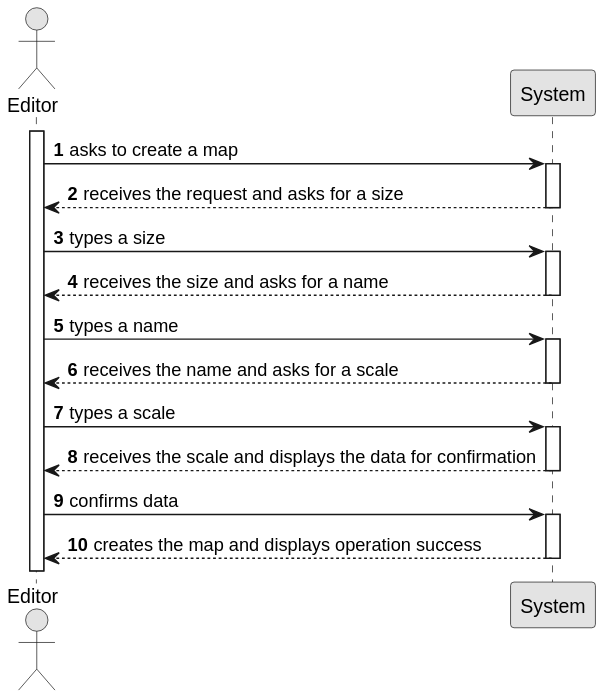
The PlantUML diagram Sprint3/US001/01.requirements-engineering/svg/US001-SSD.svg in 1240935/pi2-railway-simulator, before a commit.
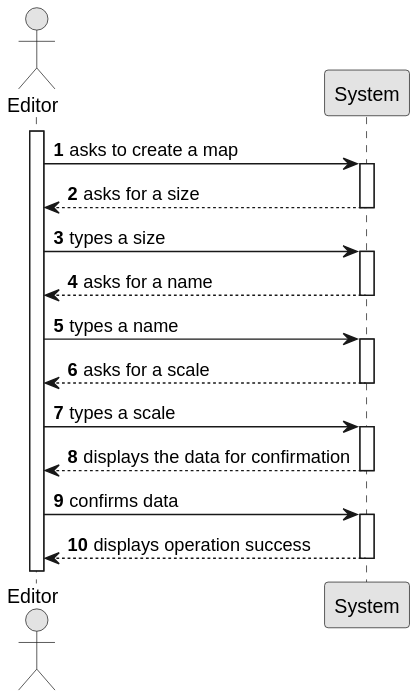
Above is the later version.

Diff of the diagram source:
```diff
@@ -13,31 +13,31 @@
     Editor -> System : asks to create a map
     activate System
 
-        System --> Editor : receives the request and asks for a size
+        System --> Editor : asks for a size
     deactivate System
 
     Editor -> System : types a size
     activate System
 
-        System --> Editor : receives the size and asks for a name
+        System --> Editor : asks for a name
     deactivate System
 
     Editor -> System : types a name
     activate System
 
-    System --> Editor : receives the name and asks for a scale
+    System --> Editor : asks for a scale
             deactivate System
 
     Editor -> System : types a scale
              activate System
 
-    System --> Editor : receives the scale and displays the data for confirmation
+    System --> Editor : displays the data for confirmation
              deactivate System
 
     Editor -> System : confirms data
 
     activate System
 
-        System --> Editor : creates the map and displays operation success
+        System --> Editor : displays operation success
     deactivate System
 @enduml
```
